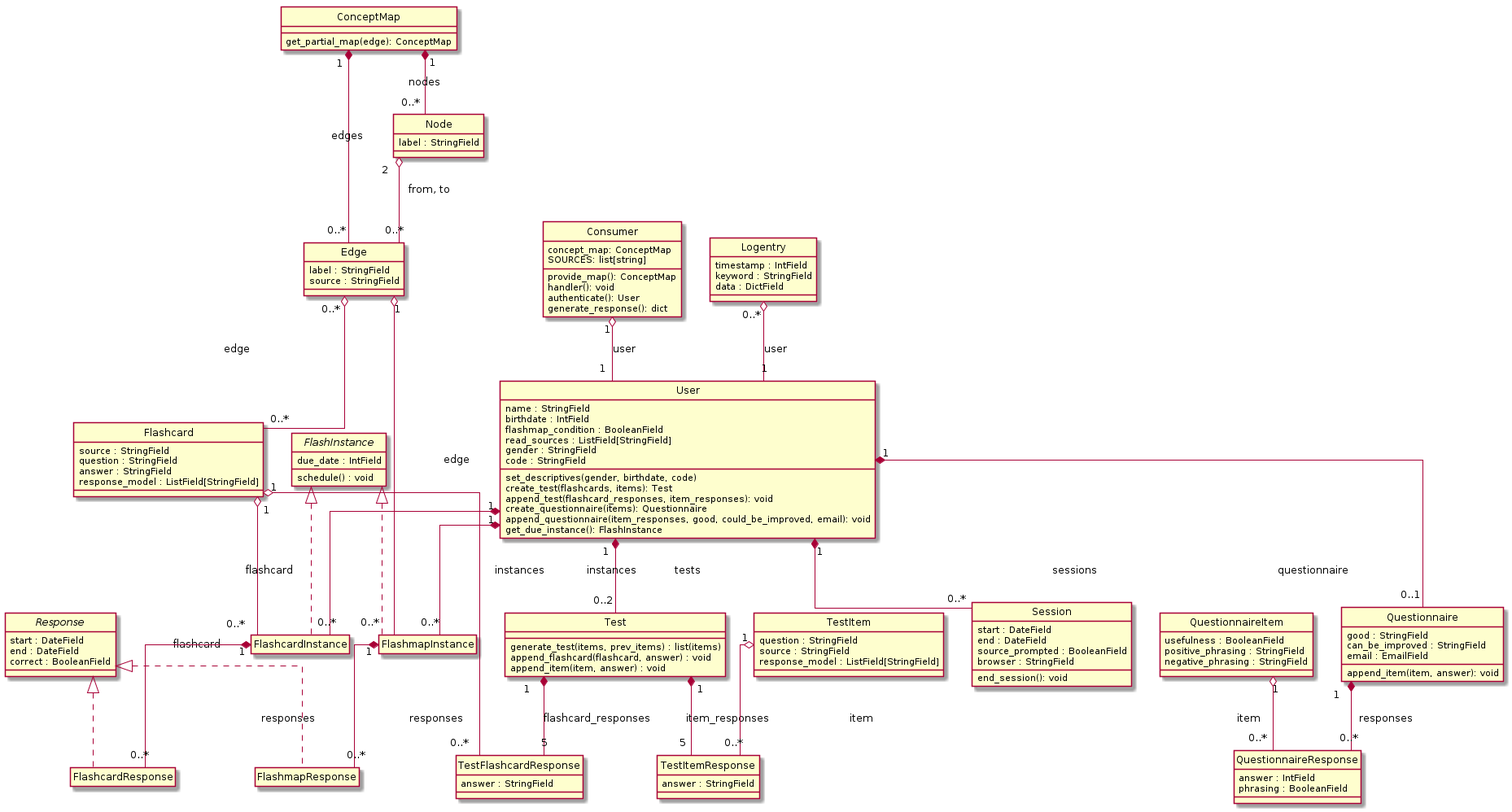
The PlantUML diagram img/classdiagram.png in mcvdenk/MasterThesis, before a commit.
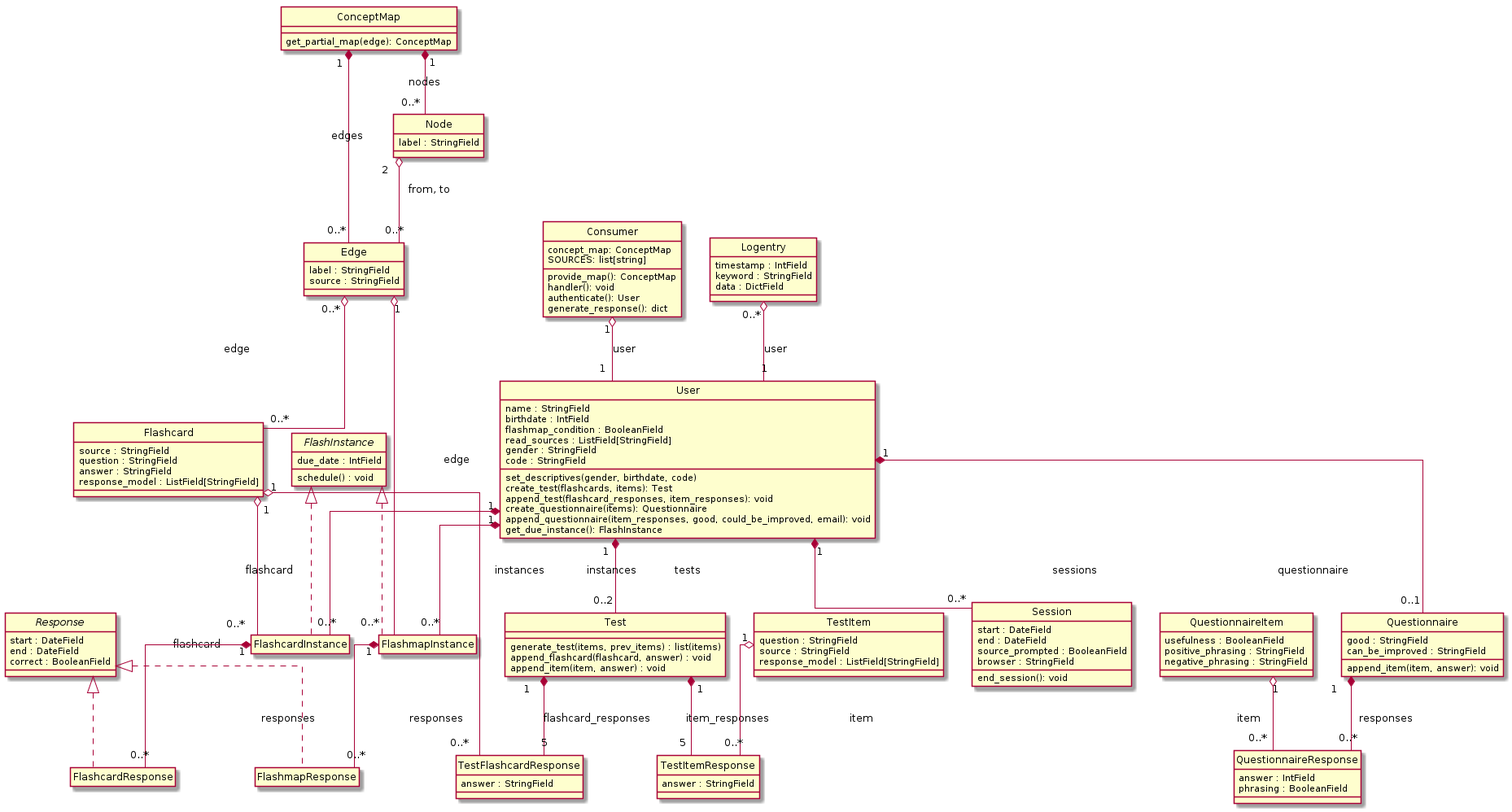
Above is the later version.

Diff of the diagram source:
```diff
@@ -102,7 +102,6 @@
 class Questionnaire {
     good : StringField
     can_be_improved : StringField
-    email : EmailField
     append_item(item, answer): void
 }
 
```
